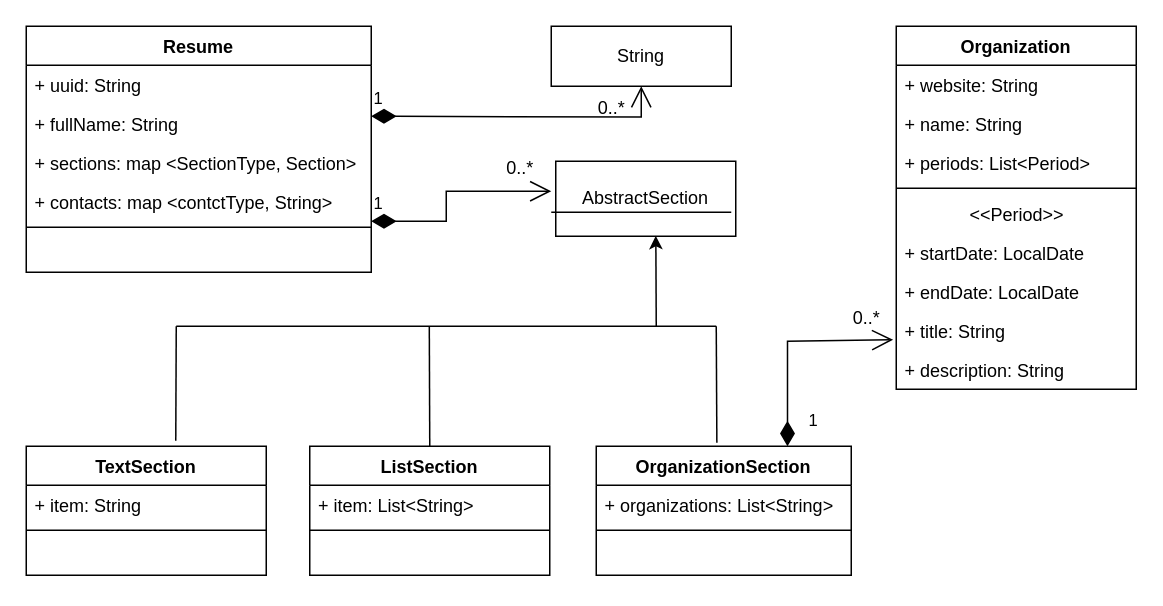
Above: Resume.drawio in sergr972/basejava (draw.io), before the change. Source tidied: cells renumbered, new cells numbered last; positions are measured from the earlier drawing's top-left corner, leaving out a move shared by most shapes. Both pictures are drawn from the tidied source at 150%, with x=0, y=0 at pixel (26, 26).
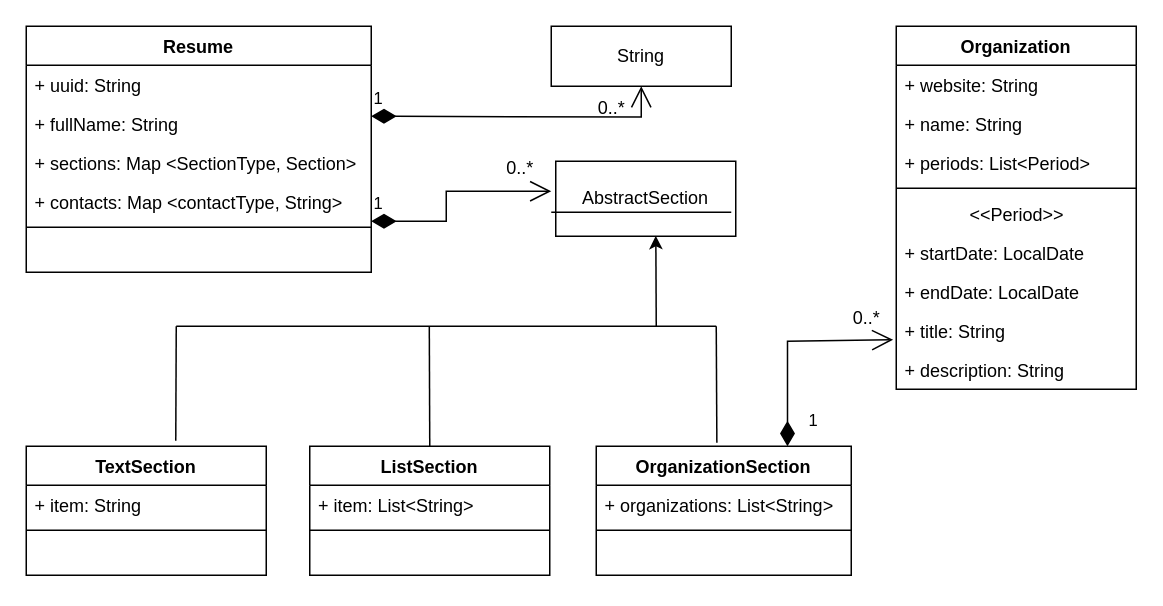
After the change.

Unchanged cells that the change refers to:
```xml
<mxCell id="2" value="Resume" style="swimlane;fontStyle=1;align=center;verticalAlign=top;horizontal=1;startSize=26;" parent="1" vertex="1">
  <mxGeometry width="230" height="164" as="geometry" />
</mxCell>
```

Diff of the diagram source:
```diff
@@
-    <mxCell id="5" value="+ sections: map &lt;SectionType, Section&gt;" style="text;strokeColor=none;fillColor=none;align=left;verticalAlign=top;spacingLeft=4;spacingRight=4;overflow=hidden;" parent="2" vertex="1">
+    <mxCell id="5" value="+ sections: Map &lt;SectionType, Section&gt;" style="text;strokeColor=none;fillColor=none;align=left;verticalAlign=top;spacingLeft=4;spacingRight=4;overflow=hidden;" parent="2" vertex="1">
       <mxGeometry y="78" width="230" height="26" as="geometry" />
     </mxCell>
-    <mxCell id="6" value="+ contacts: map &lt;contctType, String&gt;" style="text;strokeColor=none;fillColor=none;align=left;verticalAlign=top;spacingLeft=4;spacingRight=4;overflow=hidden;" parent="2" vertex="1">
+    <mxCell id="6" value="+ contacts: Map &lt;contactType, String&gt;" style="text;strokeColor=none;fillColor=none;align=left;verticalAlign=top;spacingLeft=4;spacingRight=4;overflow=hidden;" parent="2" vertex="1">
       <mxGeometry y="104" width="230" height="26" as="geometry" />
     </mxCell>
```
